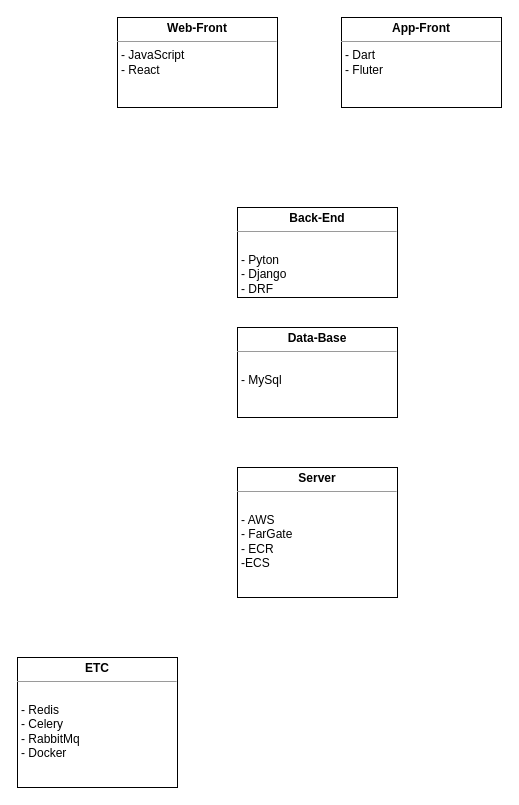
The draw.io diagram page "사용 기술" (1 of 4) of 맛기.drawio in Butler-SIM/-_docs, before the edit. Source tidied: cells renumbered, new cells numbered last; positions are measured from the earlier drawing's top-left corner, leaving out a move shared by most shapes. Both pictures are drawn from the tidied source at 100%, with x=0, y=0 at pixel (17, 17).
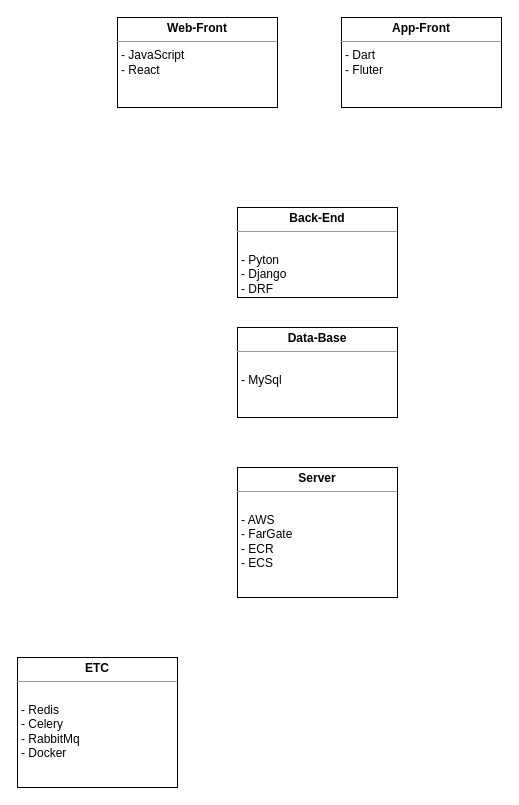
Above is the later version.

The edit, as a diff of the source:
```diff
@@
 <mxGraphModel>
   <root>
     <mxCell id="0" />
     <mxCell id="1" parent="0" />
     <mxCell id="2" value="&lt;p style=&quot;margin:0px;margin-top:4px;text-align:center;&quot;&gt;&lt;b&gt;Web-Front&lt;/b&gt;&lt;/p&gt;&lt;hr size=&quot;1&quot;&gt;&lt;p style=&quot;margin:0px;margin-left:4px;&quot;&gt;- JavaScript&lt;/p&gt;&lt;p style=&quot;margin:0px;margin-left:4px;&quot;&gt;- React&lt;/p&gt;&lt;p style=&quot;margin:0px;margin-left:4px;&quot;&gt;&lt;br&gt;&lt;/p&gt;" style="verticalAlign=top;align=left;overflow=fill;fontSize=12;fontFamily=Helvetica;html=1;" parent="1" vertex="1">
       <mxGeometry x="100" width="160" height="90" as="geometry" />
     </mxCell>
     <mxCell id="3" value="&lt;p style=&quot;margin:0px;margin-top:4px;text-align:center;&quot;&gt;&lt;b&gt;App-Front&lt;/b&gt;&lt;/p&gt;&lt;hr size=&quot;1&quot;&gt;&lt;p style=&quot;margin:0px;margin-left:4px;&quot;&gt;- Dart&lt;/p&gt;&lt;p style=&quot;margin:0px;margin-left:4px;&quot;&gt;- Fluter&lt;/p&gt;&lt;p style=&quot;margin:0px;margin-left:4px;&quot;&gt;&lt;br&gt;&lt;/p&gt;" style="verticalAlign=top;align=left;overflow=fill;fontSize=12;fontFamily=Helvetica;html=1;" parent="1" vertex="1">
       <mxGeometry x="324" width="160" height="90" as="geometry" />
     </mxCell>
     <mxCell id="4" value="&lt;p style=&quot;margin:0px;margin-top:4px;text-align:center;&quot;&gt;&lt;b&gt;Back-End&lt;/b&gt;&lt;/p&gt;&lt;hr size=&quot;1&quot;&gt;&lt;p style=&quot;margin:0px;margin-left:4px;&quot;&gt;&lt;br&gt;&lt;/p&gt;&lt;p style=&quot;margin:0px;margin-left:4px;&quot;&gt;- Pyton&lt;/p&gt;&lt;p style=&quot;margin:0px;margin-left:4px;&quot;&gt;- Django&lt;/p&gt;&lt;p style=&quot;margin:0px;margin-left:4px;&quot;&gt;- DRF&lt;/p&gt;&lt;p style=&quot;margin:0px;margin-left:4px;&quot;&gt;&lt;br&gt;&lt;/p&gt;" style="verticalAlign=top;align=left;overflow=fill;fontSize=12;fontFamily=Helvetica;html=1;" parent="1" vertex="1">
       <mxGeometry x="220" y="190" width="160" height="90" as="geometry" />
     </mxCell>
     <mxCell id="5" value="&lt;p style=&quot;margin:0px;margin-top:4px;text-align:center;&quot;&gt;&lt;b&gt;Data-Base&lt;/b&gt;&lt;/p&gt;&lt;hr size=&quot;1&quot;&gt;&lt;p style=&quot;margin:0px;margin-left:4px;&quot;&gt;&lt;br&gt;&lt;/p&gt;&lt;p style=&quot;margin:0px;margin-left:4px;&quot;&gt;- MySql&lt;/p&gt;&lt;p style=&quot;margin:0px;margin-left:4px;&quot;&gt;&lt;br&gt;&lt;/p&gt;" style="verticalAlign=top;align=left;overflow=fill;fontSize=12;fontFamily=Helvetica;html=1;" parent="1" vertex="1">
       <mxGeometry x="220" y="310" width="160" height="90" as="geometry" />
     </mxCell>
-    <mxCell id="6" value="&lt;p style=&quot;margin:0px;margin-top:4px;text-align:center;&quot;&gt;&lt;b&gt;Server&lt;/b&gt;&lt;/p&gt;&lt;hr size=&quot;1&quot;&gt;&lt;p style=&quot;margin:0px;margin-left:4px;&quot;&gt;&lt;br&gt;&lt;/p&gt;&lt;p style=&quot;margin:0px;margin-left:4px;&quot;&gt;- AWS&lt;/p&gt;&lt;p style=&quot;margin:0px;margin-left:4px;&quot;&gt;- FarGate&lt;/p&gt;&lt;p style=&quot;margin:0px;margin-left:4px;&quot;&gt;- ECR&lt;/p&gt;&lt;p style=&quot;margin:0px;margin-left:4px;&quot;&gt;-ECS&lt;/p&gt;&lt;p style=&quot;margin:0px;margin-left:4px;&quot;&gt;&lt;br&gt;&lt;/p&gt;" style="verticalAlign=top;align=left;overflow=fill;fontSize=12;fontFamily=Helvetica;html=1;" parent="1" vertex="1">
+    <mxCell id="6" value="&lt;p style=&quot;margin:0px;margin-top:4px;text-align:center;&quot;&gt;&lt;b&gt;Server&lt;/b&gt;&lt;/p&gt;&lt;hr size=&quot;1&quot;&gt;&lt;p style=&quot;margin:0px;margin-left:4px;&quot;&gt;&lt;br&gt;&lt;/p&gt;&lt;p style=&quot;margin:0px;margin-left:4px;&quot;&gt;- AWS&lt;/p&gt;&lt;p style=&quot;margin:0px;margin-left:4px;&quot;&gt;- FarGate&lt;/p&gt;&lt;p style=&quot;margin:0px;margin-left:4px;&quot;&gt;- ECR&lt;/p&gt;&lt;p style=&quot;margin:0px;margin-left:4px;&quot;&gt;- ECS&lt;/p&gt;&lt;p style=&quot;margin:0px;margin-left:4px;&quot;&gt;&lt;br&gt;&lt;/p&gt;" style="verticalAlign=top;align=left;overflow=fill;fontSize=12;fontFamily=Helvetica;html=1;" parent="1" vertex="1">
       <mxGeometry x="220" y="450" width="160" height="130" as="geometry" />
     </mxCell>
     <mxCell id="7" value="&lt;p style=&quot;margin:0px;margin-top:4px;text-align:center;&quot;&gt;&lt;b&gt;ETC&lt;/b&gt;&lt;/p&gt;&lt;hr size=&quot;1&quot;&gt;&lt;p style=&quot;margin:0px;margin-left:4px;&quot;&gt;&lt;br&gt;&lt;/p&gt;&lt;p style=&quot;margin:0px;margin-left:4px;&quot;&gt;- Redis&lt;/p&gt;&lt;p style=&quot;margin:0px;margin-left:4px;&quot;&gt;- Celery&lt;/p&gt;&lt;p style=&quot;margin:0px;margin-left:4px;&quot;&gt;- RabbitMq&lt;/p&gt;&lt;p style=&quot;margin:0px;margin-left:4px;&quot;&gt;- Docker&lt;/p&gt;&lt;p style=&quot;margin:0px;margin-left:4px;&quot;&gt;&lt;br&gt;&lt;/p&gt;" style="verticalAlign=top;align=left;overflow=fill;fontSize=12;fontFamily=Helvetica;html=1;" parent="1" vertex="1">
       <mxGeometry y="640" width="160" height="130" as="geometry" />
     </mxCell>
   </root>
 </mxGraphModel>
```
